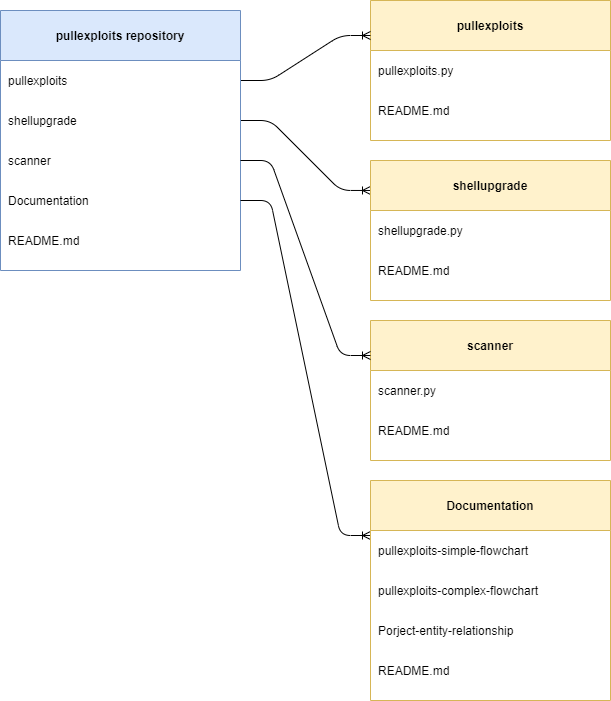
Before: Documentation/Charts/Project/Project-entity-relationship.png, a diagram exported from draw.io (bensmithyx/toolkit). Source tidied: cells renumbered, new cells last; positions are measured from the earlier drawing's top-left corner, leaving out a move shared by most shapes. Source of this version:
```xml
<mxGraphModel>
  <root>
    <mxCell id="0" />
    <mxCell id="1" parent="0" />
    <mxCell id="2" value="pullexploits" style="shape=table;startSize=50;rowLines=0;fontStyle=1;align=center;fillColor=#fff2cc;strokeColor=#d6b656;" parent="1" vertex="1">
      <mxGeometry x="370" width="240" height="140" as="geometry" />
    </mxCell>
    <mxCell id="3" style="shape=partialRectangle;fillColor=none;top=0;left=0;right=0;bottom=0;" parent="2" vertex="1">
      <mxGeometry y="50" width="240" height="40" as="geometry" />
    </mxCell>
    <mxCell id="4" value="pullexploits.py" style="shape=partialRectangle;overflow=hidden;fillColor=none;top=0;left=0;bottom=0;right=0;align=left;spacingLeft=6;" parent="3" vertex="1">
      <mxGeometry width="240" height="40" as="geometry" />
    </mxCell>
    <mxCell id="5" style="shape=partialRectangle;fillColor=none;top=0;left=0;right=0;bottom=0;" parent="2" vertex="1">
      <mxGeometry y="90" width="240" height="40" as="geometry" />
    </mxCell>
    <mxCell id="6" value="README.md" style="shape=partialRectangle;overflow=hidden;fillColor=none;top=0;left=0;bottom=0;right=0;align=left;spacingLeft=6;" parent="5" vertex="1">
      <mxGeometry width="240" height="40" as="geometry" />
    </mxCell>
    <mxCell id="7" style="edgeStyle=entityRelationEdgeStyle;fontSize=12;html=1;endArrow=ERoneToMany;entryX=0;entryY=0.25;entryDx=0;entryDy=0;" parent="1" edge="1" source="15" target="2">
      <mxGeometry relative="1" as="geometry" />
    </mxCell>
    <mxCell id="8" style="edgeStyle=entityRelationEdgeStyle;fontSize=12;html=1;endArrow=ERoneToMany;exitX=1;exitY=0.5;exitDx=0;exitDy=0;entryX=0;entryY=0.214;entryDx=0;entryDy=0;entryPerimeter=0;" parent="1" edge="1" source="17" target="9">
      <mxGeometry relative="1" as="geometry" />
    </mxCell>
    <mxCell id="9" value="shellupgrade" style="shape=table;startSize=50;rowLines=0;fontStyle=1;align=center;fillColor=#fff2cc;strokeColor=#d6b656;" parent="1" vertex="1">
      <mxGeometry x="370" y="160" width="240" height="140" as="geometry" />
    </mxCell>
    <mxCell id="10" style="shape=partialRectangle;fillColor=none;top=0;left=0;right=0;bottom=0;" parent="9" vertex="1">
      <mxGeometry y="50" width="240" height="40" as="geometry" />
    </mxCell>
    <mxCell id="11" value="shellupgrade.py" style="shape=partialRectangle;overflow=hidden;fillColor=none;top=0;left=0;bottom=0;right=0;align=left;spacingLeft=6;" parent="10" vertex="1">
      <mxGeometry width="240" height="40" as="geometry" />
    </mxCell>
    <mxCell id="12" style="shape=partialRectangle;fillColor=none;top=0;left=0;right=0;bottom=0;" parent="9" vertex="1">
      <mxGeometry y="90" width="240" height="40" as="geometry" />
    </mxCell>
    <mxCell id="13" value="README.md" style="shape=partialRectangle;overflow=hidden;fillColor=none;top=0;left=0;bottom=0;right=0;align=left;spacingLeft=6;" parent="12" vertex="1">
      <mxGeometry width="240" height="40" as="geometry" />
    </mxCell>
    <mxCell id="14" value="pullexploits repository" style="shape=table;startSize=50;rowLines=0;fontStyle=1;align=center;fillColor=#dae8fc;strokeColor=#6c8ebf;" parent="1" vertex="1">
      <mxGeometry y="10" width="240" height="260" as="geometry" />
    </mxCell>
    <mxCell id="15" style="shape=partialRectangle;fillColor=none;points=[[0,0.5],[1,0.5]];portConstraint=eastwest;top=0;left=0;right=0;bottom=0;" parent="14" vertex="1">
      <mxGeometry y="50" width="240" height="40" as="geometry" />
    </mxCell>
    <mxCell id="16" value="pullexploits" style="shape=partialRectangle;overflow=hidden;fillColor=none;top=0;left=0;bottom=0;right=0;align=left;spacingLeft=6;" parent="15" vertex="1">
      <mxGeometry width="240" height="40" as="geometry" />
    </mxCell>
    <mxCell id="17" style="shape=partialRectangle;fillColor=none;points=[[0,0.5],[1,0.5]];portConstraint=eastwest;top=0;left=0;right=0;bottom=0;" parent="14" vertex="1">
      <mxGeometry y="90" width="240" height="40" as="geometry" />
    </mxCell>
    <mxCell id="18" value="shellupgrade" style="shape=partialRectangle;overflow=hidden;fillColor=none;top=0;left=0;bottom=0;right=0;align=left;spacingLeft=6;" parent="17" vertex="1">
      <mxGeometry width="240" height="40" as="geometry" />
    </mxCell>
    <mxCell id="19" style="shape=partialRectangle;fillColor=none;points=[[0,0.5],[1,0.5]];portConstraint=eastwest;top=0;left=0;right=0;bottom=0;" parent="14" vertex="1">
      <mxGeometry y="130" width="240" height="40" as="geometry" />
    </mxCell>
    <mxCell id="20" value="scanner" style="shape=partialRectangle;overflow=hidden;fillColor=none;top=0;left=0;bottom=0;right=0;align=left;spacingLeft=6;" parent="19" vertex="1">
      <mxGeometry width="240" height="40" as="geometry" />
    </mxCell>
    <mxCell id="21" style="shape=partialRectangle;fillColor=none;points=[[0,0.5],[1,0.5]];portConstraint=eastwest;top=0;left=0;right=0;bottom=0;" parent="14" vertex="1">
      <mxGeometry y="170" width="240" height="40" as="geometry" />
    </mxCell>
    <mxCell id="22" value="Documentation" style="shape=partialRectangle;overflow=hidden;fillColor=none;top=0;left=0;bottom=0;right=0;align=left;spacingLeft=6;" parent="21" vertex="1">
      <mxGeometry width="240" height="40" as="geometry" />
    </mxCell>
    <mxCell id="23" style="shape=partialRectangle;fillColor=none;top=0;left=0;right=0;bottom=0;" parent="14" vertex="1">
      <mxGeometry y="210" width="240" height="40" as="geometry" />
    </mxCell>
    <mxCell id="24" value="README.md" style="shape=partialRectangle;overflow=hidden;fillColor=none;top=0;left=0;bottom=0;right=0;align=left;spacingLeft=6;" parent="23" vertex="1">
      <mxGeometry width="240" height="40" as="geometry" />
    </mxCell>
    <mxCell id="25" value="scanner" style="shape=table;startSize=50;rowLines=0;fontStyle=1;align=center;fillColor=#fff2cc;strokeColor=#d6b656;" parent="1" vertex="1">
      <mxGeometry x="370" y="320" width="240" height="140" as="geometry" />
    </mxCell>
    <mxCell id="26" style="shape=partialRectangle;fillColor=none;top=0;left=0;right=0;bottom=0;" parent="25" vertex="1">
      <mxGeometry y="50" width="240" height="40" as="geometry" />
    </mxCell>
    <mxCell id="27" value="scanner.py" style="shape=partialRectangle;overflow=hidden;fillColor=none;top=0;left=0;bottom=0;right=0;align=left;spacingLeft=6;" parent="26" vertex="1">
      <mxGeometry width="240" height="40" as="geometry" />
    </mxCell>
    <mxCell id="28" style="shape=partialRectangle;fillColor=none;top=0;left=0;right=0;bottom=0;" parent="25" vertex="1">
      <mxGeometry y="90" width="240" height="40" as="geometry" />
    </mxCell>
    <mxCell id="29" value="README.md" style="shape=partialRectangle;overflow=hidden;fillColor=none;top=0;left=0;bottom=0;right=0;align=left;spacingLeft=6;" parent="28" vertex="1">
      <mxGeometry width="240" height="40" as="geometry" />
    </mxCell>
    <mxCell id="30" style="edgeStyle=entityRelationEdgeStyle;fontSize=12;html=1;endArrow=ERoneToMany;entryX=0;entryY=0.25;entryDx=0;entryDy=0;" parent="1" edge="1" source="19" target="25">
      <mxGeometry relative="1" as="geometry" />
    </mxCell>
    <mxCell id="31" style="edgeStyle=entityRelationEdgeStyle;fontSize=12;html=1;endArrow=ERoneToMany;exitX=1;exitY=0.5;exitDx=0;exitDy=0;entryX=0;entryY=0.25;entryDx=0;entryDy=0;" parent="1" edge="1" source="21" target="32">
      <mxGeometry relative="1" as="geometry" />
    </mxCell>
    <mxCell id="32" value="Documentation" style="shape=table;startSize=50;rowLines=0;fontStyle=1;align=center;fillColor=#fff2cc;strokeColor=#d6b656;" parent="1" vertex="1">
      <mxGeometry x="370" y="480" width="240" height="220" as="geometry" />
    </mxCell>
    <mxCell id="33" style="shape=partialRectangle;fillColor=none;top=0;left=0;right=0;bottom=0;" parent="32" vertex="1">
      <mxGeometry y="50" width="240" height="40" as="geometry" />
    </mxCell>
    <mxCell id="34" value="pullexploits-simple-flowchart" style="shape=partialRectangle;overflow=hidden;fillColor=none;top=0;left=0;bottom=0;right=0;align=left;spacingLeft=6;" parent="33" vertex="1">
      <mxGeometry width="240" height="40" as="geometry" />
    </mxCell>
    <mxCell id="35" style="shape=partialRectangle;fillColor=none;top=0;left=0;right=0;bottom=0;" parent="32" vertex="1">
      <mxGeometry y="90" width="240" height="40" as="geometry" />
    </mxCell>
    <mxCell id="36" value="pullexploits-complex-flowchart" style="shape=partialRectangle;overflow=hidden;fillColor=none;top=0;left=0;bottom=0;right=0;align=left;spacingLeft=6;" parent="35" vertex="1">
      <mxGeometry width="240" height="40" as="geometry" />
    </mxCell>
    <mxCell id="37" style="shape=partialRectangle;fillColor=none;top=0;left=0;right=0;bottom=0;" parent="32" vertex="1">
      <mxGeometry y="130" width="240" height="40" as="geometry" />
    </mxCell>
    <mxCell id="38" value="Porject-entity-relationship" style="shape=partialRectangle;overflow=hidden;fillColor=none;top=0;left=0;bottom=0;right=0;align=left;spacingLeft=6;" parent="37" vertex="1">
      <mxGeometry width="240" height="40" as="geometry" />
    </mxCell>
    <mxCell id="39" style="shape=partialRectangle;fillColor=none;top=0;left=0;right=0;bottom=0;" parent="32" vertex="1">
      <mxGeometry y="170" width="240" height="40" as="geometry" />
    </mxCell>
    <mxCell id="40" value="README.md" style="shape=partialRectangle;overflow=hidden;fillColor=none;top=0;left=0;bottom=0;right=0;align=left;spacingLeft=6;" parent="39" vertex="1">
      <mxGeometry width="240" height="40" as="geometry" />
    </mxCell>
  </root>
</mxGraphModel>
```
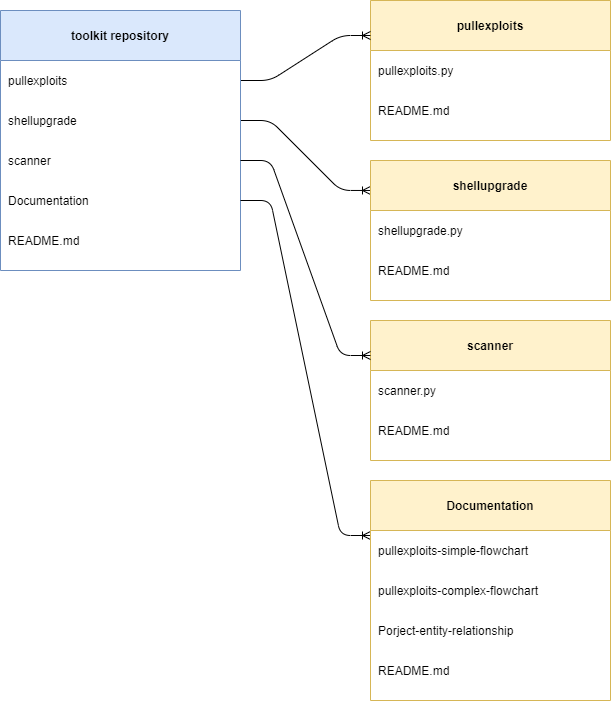
The same file after the commit.

Change to the diagram source:
```diff
@@ -38,7 +38,7 @@
     <mxCell id="13" value="README.md" style="shape=partialRectangle;overflow=hidden;fillColor=none;top=0;left=0;bottom=0;right=0;align=left;spacingLeft=6;" parent="12" vertex="1">
       <mxGeometry width="240" height="40" as="geometry" />
     </mxCell>
-    <mxCell id="14" value="pullexploits repository" style="shape=table;startSize=50;rowLines=0;fontStyle=1;align=center;fillColor=#dae8fc;strokeColor=#6c8ebf;" parent="1" vertex="1">
+    <mxCell id="14" value="toolkit repository" style="shape=table;startSize=50;rowLines=0;fontStyle=1;align=center;fillColor=#dae8fc;strokeColor=#6c8ebf;" parent="1" vertex="1">
       <mxGeometry y="10" width="240" height="260" as="geometry" />
     </mxCell>
     <mxCell id="15" style="shape=partialRectangle;fillColor=none;points=[[0,0.5],[1,0.5]];portConstraint=eastwest;top=0;left=0;right=0;bottom=0;" parent="14" vertex="1">
```
